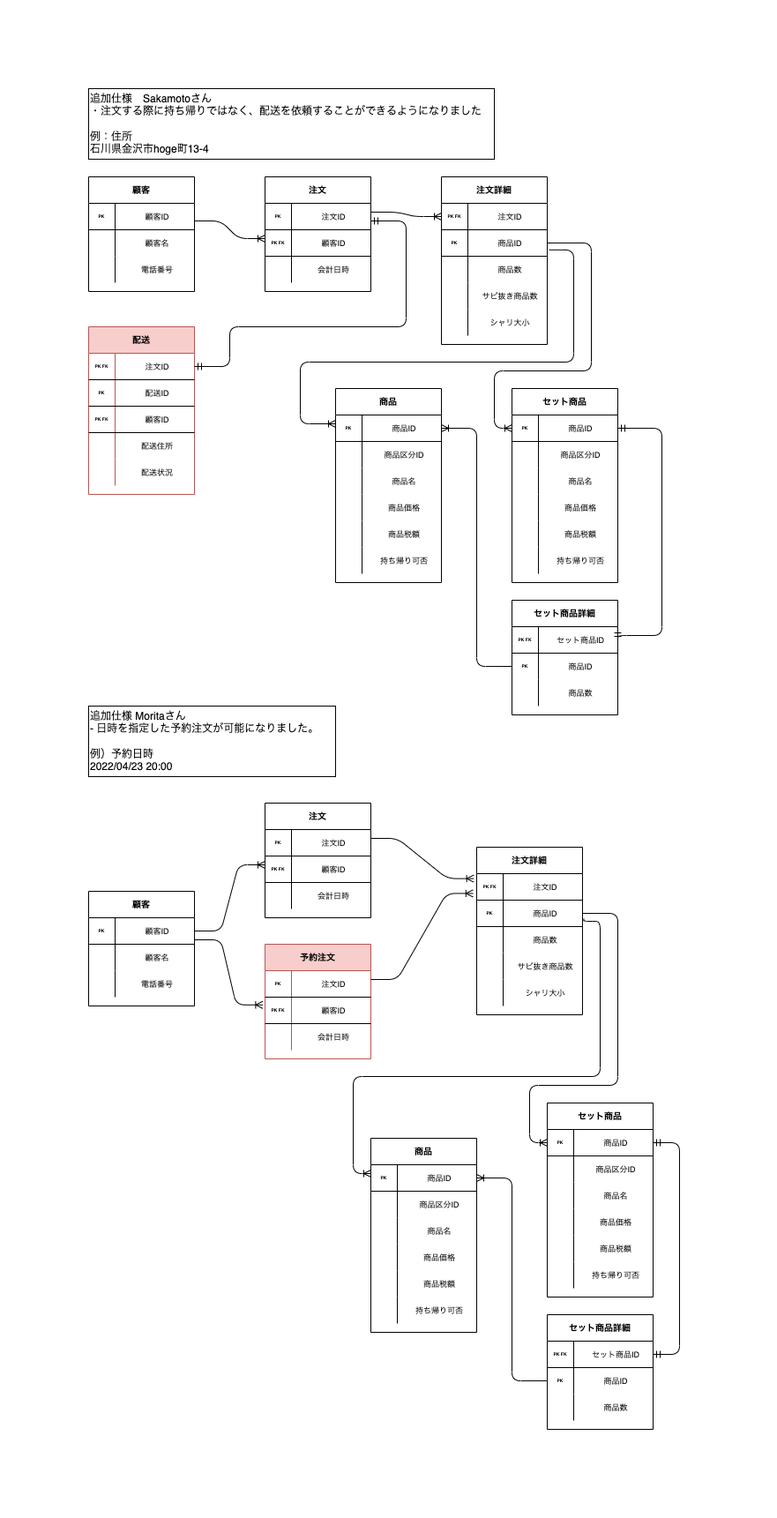
Before: DBモデリング1/課題3.drawio.png, a diagram exported from draw.io (yasakanimaimai/praha_challenge). Source tidied: cells renumbered, new cells last; positions are measured from the earlier drawing's top-left corner, leaving out a move shared by most shapes.
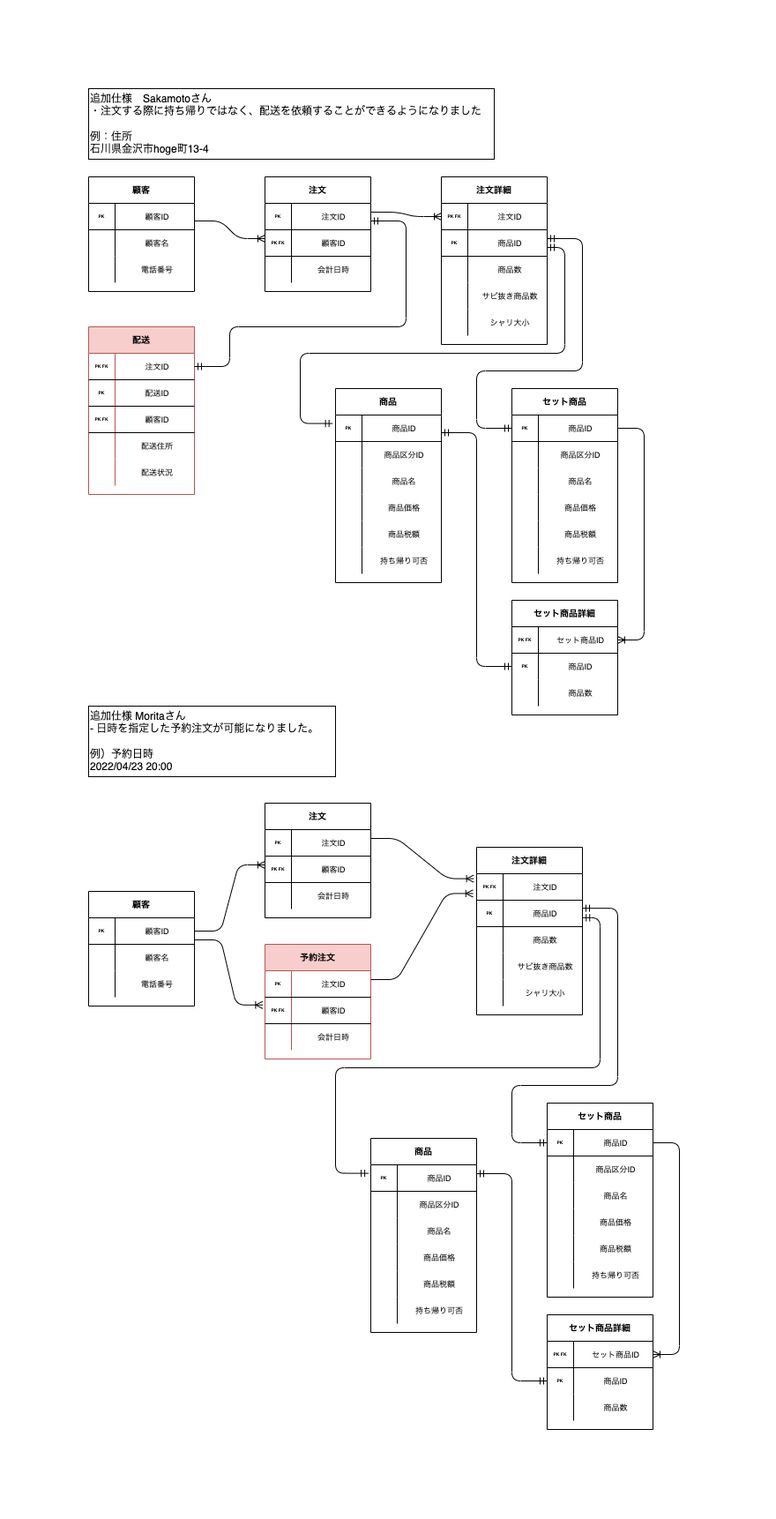
Later version of the same file.

Diff of the diagram source:
```diff
@@ -264,39 +264,6 @@
         <mxPoint x="320" y="140" as="sourcePoint" />
       </mxGeometry>
     </mxCell>
-    <mxCell id="88" style="fontSize=12;html=1;endArrow=ERoneToMany;rounded=1;shadow=0;sketch=0;fontColor=default;strokeColor=default;edgeStyle=orthogonalEdgeStyle;entryX=0;entryY=0.333;entryDx=0;entryDy=0;entryPerimeter=0;exitX=1.018;exitY=0.76;exitDx=0;exitDy=0;exitPerimeter=0;" parent="1" edge="1" source="26" target="39">
-      <mxGeometry relative="1" as="geometry">
-        <Array as="points">
-          <mxPoint x="550" y="183" />
-          <mxPoint x="550" y="310" />
-          <mxPoint x="240" y="310" />
-          <mxPoint x="240" y="380" />
-        </Array>
-      </mxGeometry>
-    </mxCell>
-    <mxCell id="89" style="edgeStyle=orthogonalEdgeStyle;fontSize=12;html=1;endArrow=ERoneToMany;rounded=1;shadow=0;sketch=0;fontColor=default;strokeColor=default;entryX=0;entryY=0.5;entryDx=0;entryDy=0;exitX=1;exitY=0.5;exitDx=0;exitDy=0;" parent="1" edge="1" source="26" target="58">
-      <mxGeometry relative="1" as="geometry">
-        <Array as="points">
-          <mxPoint x="570" y="175" />
-          <mxPoint x="570" y="320" />
-          <mxPoint x="460" y="320" />
-          <mxPoint x="460" y="385" />
-        </Array>
-      </mxGeometry>
-    </mxCell>
-    <mxCell id="90" style="edgeStyle=orthogonalEdgeStyle;fontSize=12;html=1;endArrow=ERmandOne;startArrow=ERmandOne;rounded=1;shadow=0;sketch=0;fontColor=default;strokeColor=default;entryX=1;entryY=0.5;entryDx=0;entryDy=0;" parent="1" edge="1" target="58">
-      <mxGeometry relative="1" as="geometry">
-        <mxPoint x="600" y="625" as="sourcePoint" />
-        <Array as="points">
-          <mxPoint x="600" y="620" />
-          <mxPoint x="650" y="620" />
-          <mxPoint x="650" y="385" />
-        </Array>
-      </mxGeometry>
-    </mxCell>
-    <mxCell id="91" style="edgeStyle=orthogonalEdgeStyle;fontSize=12;html=1;endArrow=ERoneToMany;rounded=1;shadow=0;sketch=0;fontColor=default;strokeColor=default;exitX=0;exitY=0.5;exitDx=0;exitDy=0;entryX=1;entryY=0.5;entryDx=0;entryDy=0;" parent="1" edge="1" source="80" target="39">
-      <mxGeometry relative="1" as="geometry" />
-    </mxCell>
     <mxCell id="92" value="追加仕様　Sakamotoさん&lt;br style=&quot;font-size: 12px&quot;&gt;&lt;div style=&quot;font-size: 12px&quot;&gt;&lt;div style=&quot;font-size: 12px&quot;&gt;&lt;font style=&quot;font-size: 12px&quot;&gt;・注文する際に持ち帰りではなく、配送を依頼することができるようになりました&lt;/font&gt;&lt;/div&gt;&lt;div style=&quot;font-size: 12px&quot;&gt;&lt;font style=&quot;font-size: 12px&quot;&gt;&lt;br&gt;&lt;/font&gt;&lt;/div&gt;&lt;div style=&quot;font-size: 12px&quot;&gt;&lt;font style=&quot;font-size: 12px&quot;&gt;例：住所&lt;/font&gt;&lt;/div&gt;&lt;div style=&quot;font-size: 12px&quot;&gt;&lt;font style=&quot;font-size: 12px&quot;&gt;石川県金沢市hoge町13-4&lt;/font&gt;&lt;/div&gt;&lt;/div&gt;" style="text;html=1;align=left;verticalAlign=middle;strokeColor=default;fillColor=default;fontSize=12;fontColor=default;" parent="1" vertex="1">
       <mxGeometry width="460" height="80" as="geometry" />
     </mxCell>
@@ -560,9 +527,6 @@
         <mxPoint x="320" y="850" as="sourcePoint" />
       </mxGeometry>
     </mxCell>
-    <mxCell id="179" style="edgeStyle=orthogonalEdgeStyle;fontSize=12;html=1;endArrow=ERoneToMany;rounded=1;shadow=0;sketch=0;fontColor=default;strokeColor=default;exitX=0;exitY=0.5;exitDx=0;exitDy=0;entryX=1;entryY=0.5;entryDx=0;entryDy=0;" parent="1" edge="1" source="171" target="130">
-      <mxGeometry relative="1" as="geometry" />
-    </mxCell>
     <mxCell id="180" value="&lt;div style=&quot;font-size: 12px;&quot;&gt;&lt;font style=&quot;font-size: 12px;&quot;&gt;追加仕様 Moritaさん&lt;/font&gt;&lt;/div&gt;&lt;div style=&quot;font-size: 12px;&quot;&gt;&lt;font style=&quot;font-size: 12px;&quot;&gt;- 日時を指定した予約注文が可能になりました。&lt;/font&gt;&lt;/div&gt;&lt;div style=&quot;font-size: 12px;&quot;&gt;&lt;font style=&quot;font-size: 12px;&quot;&gt;&lt;br style=&quot;font-size: 12px;&quot;&gt;&lt;/font&gt;&lt;/div&gt;&lt;div style=&quot;font-size: 12px;&quot;&gt;&lt;font style=&quot;font-size: 12px;&quot;&gt;例）予約日時&lt;/font&gt;&lt;/div&gt;&lt;div style=&quot;font-size: 12px;&quot;&gt;&lt;font style=&quot;font-size: 12px;&quot;&gt;2022/04/23 20:00&lt;/font&gt;&lt;/div&gt;" style="text;html=1;align=left;verticalAlign=middle;strokeColor=default;fillColor=default;fontSize=12;fontColor=default;" parent="1" vertex="1">
       <mxGeometry y="700" width="280" height="80" as="geometry" />
     </mxCell>
@@ -665,30 +629,87 @@
         <mxPoint x="320" y="1010" as="sourcePoint" />
       </mxGeometry>
     </mxCell>
-    <mxCell id="210" style="edgeStyle=entityRelationEdgeStyle;fontSize=12;html=1;endArrow=ERmandOne;startArrow=ERmandOne;rounded=1;shadow=0;sketch=0;fontColor=#EA6B66;strokeColor=default;entryX=1;entryY=0.5;entryDx=0;entryDy=0;exitX=1;exitY=0.5;exitDx=0;exitDy=0;" parent="1" edge="1" source="168" target="149">
-      <mxGeometry relative="1" as="geometry" />
-    </mxCell>
-    <mxCell id="211" style="fontSize=12;html=1;endArrow=ERoneToMany;rounded=1;shadow=0;sketch=0;fontColor=default;strokeColor=default;edgeStyle=orthogonalEdgeStyle;entryX=0;entryY=0.333;entryDx=0;entryDy=0;entryPerimeter=0;exitX=1.012;exitY=0.707;exitDx=0;exitDy=0;exitPerimeter=0;" parent="1" edge="1" source="117">
-      <mxGeometry relative="1" as="geometry">
-        <mxPoint x="320" y="1230" as="targetPoint" />
-        <Array as="points">
-          <mxPoint x="561" y="944" />
-          <mxPoint x="580" y="944" />
-          <mxPoint x="580" y="1120" />
-          <mxPoint x="300" y="1120" />
-          <mxPoint x="300" y="1230" />
-        </Array>
-      </mxGeometry>
-    </mxCell>
-    <mxCell id="212" style="edgeStyle=orthogonalEdgeStyle;fontSize=12;html=1;endArrow=ERoneToMany;rounded=1;shadow=0;sketch=0;fontColor=#EA6B66;strokeColor=default;exitX=1;exitY=0.5;exitDx=0;exitDy=0;entryX=0;entryY=0.5;entryDx=0;entryDy=0;" parent="1" edge="1" source="117" target="149">
-      <mxGeometry relative="1" as="geometry">
-        <Array as="points">
-          <mxPoint x="600" y="935" />
-          <mxPoint x="600" y="1130" />
-          <mxPoint x="500" y="1130" />
-          <mxPoint x="500" y="1195" />
-        </Array>
-      </mxGeometry>
-    </mxCell>
+    <mxCell id="213" style="edgeStyle=orthogonalEdgeStyle;fontSize=12;html=1;endArrow=ERoneToMany;rounded=1;shadow=0;sketch=0;fontColor=default;strokeColor=default;exitX=1;exitY=0.5;exitDx=0;exitDy=0;entryX=1;entryY=0.5;entryDx=0;entryDy=0;" parent="1" edge="1" target="77">
+      <mxGeometry relative="1" as="geometry">
+        <mxPoint x="600" y="385" as="sourcePoint" />
+        <Array as="points">
+          <mxPoint x="630" y="385" />
+          <mxPoint x="630" y="625" />
+        </Array>
+      </mxGeometry>
+    </mxCell>
+    <mxCell id="214" style="edgeStyle=orthogonalEdgeStyle;fontSize=12;html=1;endArrow=ERmandOne;startArrow=ERmandOne;rounded=1;shadow=0;sketch=0;fontColor=#EA6B66;strokeColor=default;exitX=-0.028;exitY=0.32;exitDx=0;exitDy=0;exitPerimeter=0;entryX=1;entryY=0.667;entryDx=0;entryDy=0;entryPerimeter=0;" parent="1" edge="1">
+      <mxGeometry relative="1" as="geometry">
+        <mxPoint x="276.6" y="379.6" as="sourcePoint" />
+        <mxPoint x="520" y="180" as="targetPoint" />
+        <Array as="points">
+          <mxPoint x="240" y="380" />
+          <mxPoint x="240" y="300" />
+          <mxPoint x="540" y="300" />
+          <mxPoint x="540" y="180" />
+        </Array>
+      </mxGeometry>
+    </mxCell>
+    <mxCell id="215" style="edgeStyle=orthogonalEdgeStyle;fontSize=12;html=1;endArrow=ERmandOne;startArrow=ERmandOne;rounded=1;shadow=0;sketch=0;fontColor=#EA6B66;strokeColor=default;exitX=0;exitY=0.5;exitDx=0;exitDy=0;entryX=1;entryY=0.667;entryDx=0;entryDy=0;entryPerimeter=0;" parent="1" edge="1">
+      <mxGeometry relative="1" as="geometry">
+        <mxPoint x="480" y="385" as="sourcePoint" />
+        <mxPoint x="520" y="170" as="targetPoint" />
+        <Array as="points">
+          <mxPoint x="440" y="385" />
+          <mxPoint x="440" y="320" />
+          <mxPoint x="560" y="320" />
+          <mxPoint x="560" y="170" />
+        </Array>
+      </mxGeometry>
+    </mxCell>
+    <mxCell id="216" style="edgeStyle=orthogonalEdgeStyle;fontSize=12;html=1;endArrow=ERoneToMany;rounded=1;shadow=0;sketch=0;fontColor=default;strokeColor=default;exitX=1;exitY=0.5;exitDx=0;exitDy=0;entryX=1;entryY=0.5;entryDx=0;entryDy=0;" parent="1" edge="1">
+      <mxGeometry relative="1" as="geometry">
+        <mxPoint x="640" y="1195" as="sourcePoint" />
+        <mxPoint x="640" y="1435" as="targetPoint" />
+        <Array as="points">
+          <mxPoint x="670" y="1195" />
+          <mxPoint x="670" y="1435" />
+        </Array>
+      </mxGeometry>
+    </mxCell>
+    <mxCell id="217" style="edgeStyle=orthogonalEdgeStyle;fontSize=12;html=1;endArrow=ERmandOne;startArrow=ERmandOne;rounded=1;shadow=0;sketch=0;fontColor=#EA6B66;strokeColor=default;exitX=-0.024;exitY=0.321;exitDx=0;exitDy=0;exitPerimeter=0;entryX=1.002;entryY=0.662;entryDx=0;entryDy=0;entryPerimeter=0;" parent="1" edge="1" source="130" target="117">
+      <mxGeometry relative="1" as="geometry">
+        <Array as="points">
+          <mxPoint x="280" y="1230" />
+          <mxPoint x="280" y="1110" />
+          <mxPoint x="580" y="1110" />
+          <mxPoint x="580" y="940" />
+        </Array>
+      </mxGeometry>
+    </mxCell>
+    <mxCell id="218" style="edgeStyle=orthogonalEdgeStyle;fontSize=12;html=1;endArrow=ERmandOne;startArrow=ERmandOne;rounded=1;shadow=0;sketch=0;fontColor=#EA6B66;strokeColor=default;exitX=0;exitY=0.5;exitDx=0;exitDy=0;entryX=1;entryY=0.304;entryDx=0;entryDy=0;entryPerimeter=0;" parent="1" edge="1" target="117">
+      <mxGeometry relative="1" as="geometry">
+        <mxPoint x="520" y="1195" as="sourcePoint" />
+        <Array as="points">
+          <mxPoint x="480" y="1195" />
+          <mxPoint x="480" y="1130" />
+          <mxPoint x="600" y="1130" />
+          <mxPoint x="600" y="929" />
+        </Array>
+      </mxGeometry>
+    </mxCell>
+    <mxCell id="219" style="edgeStyle=orthogonalEdgeStyle;fontSize=12;html=1;endArrow=ERmandOne;startArrow=ERmandOne;rounded=1;shadow=0;sketch=0;fontColor=#EA6B66;strokeColor=default;exitX=0;exitY=0.5;exitDx=0;exitDy=0;entryX=1;entryY=0.304;entryDx=0;entryDy=0;entryPerimeter=0;" parent="1" edge="1" source="171">
+      <mxGeometry relative="1" as="geometry">
+        <mxPoint x="440" y="1230" as="targetPoint" />
+        <Array as="points">
+          <mxPoint x="480" y="1465" />
+          <mxPoint x="480" y="1230" />
+        </Array>
+      </mxGeometry>
+    </mxCell>
+    <mxCell id="220" style="edgeStyle=orthogonalEdgeStyle;fontSize=12;html=1;endArrow=ERmandOne;startArrow=ERmandOne;rounded=1;shadow=0;sketch=0;fontColor=#EA6B66;strokeColor=default;exitX=0;exitY=0.5;exitDx=0;exitDy=0;entryX=1;entryY=0.304;entryDx=0;entryDy=0;entryPerimeter=0;" parent="1" edge="1" source="80">
+      <mxGeometry relative="1" as="geometry">
+        <mxPoint x="400" y="390" as="targetPoint" />
+        <Array as="points">
+          <mxPoint x="440" y="655" />
+          <mxPoint x="440" y="390" />
+        </Array>
+      </mxGeometry>
+    </mxCell>
   </root>
 </mxGraphModel>
```
